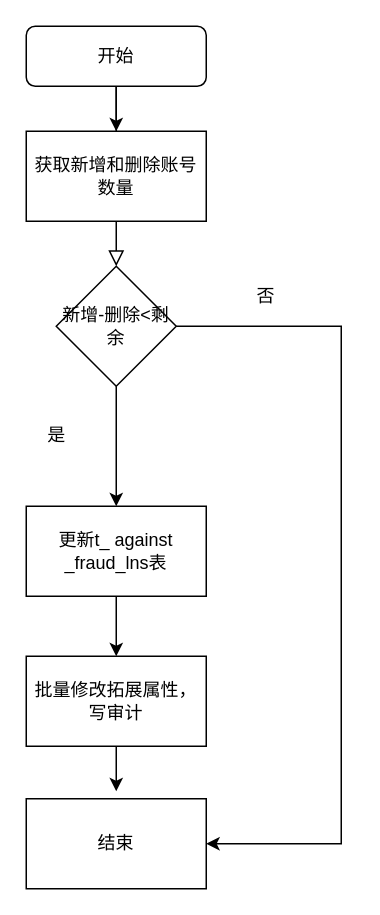
Earlier version of the draw.io diagram 未命名绘图.drawio (m12306/javaWebTest). Source tidied: cells renumbered, new cells numbered last; positions are measured from the earlier drawing's top-left corner, leaving out a move shared by most shapes. Both pictures are drawn from the tidied source at 150%, with x=0, y=0 at pixel (26, 26).
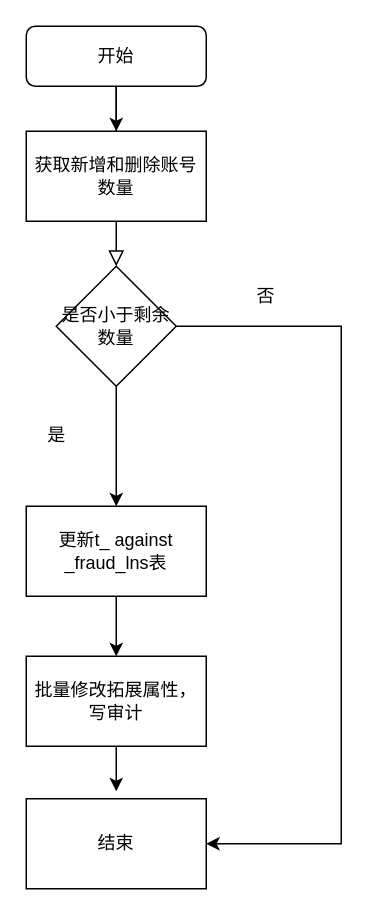
Above is the later version.

Commit message:
更新未命名绘图.drawio

Change to the diagram source:
```diff
@@
-    <mxCell id="6" value="新增-删除&amp;lt;剩余" style="rhombus;whiteSpace=wrap;html=1;" parent="1" vertex="1">
+    <mxCell id="6" value="是否小于剩余数量" style="rhombus;whiteSpace=wrap;html=1;" parent="1" vertex="1">
       <mxGeometry x="20" y="160" width="80" height="80" as="geometry" />
     </mxCell>
```
